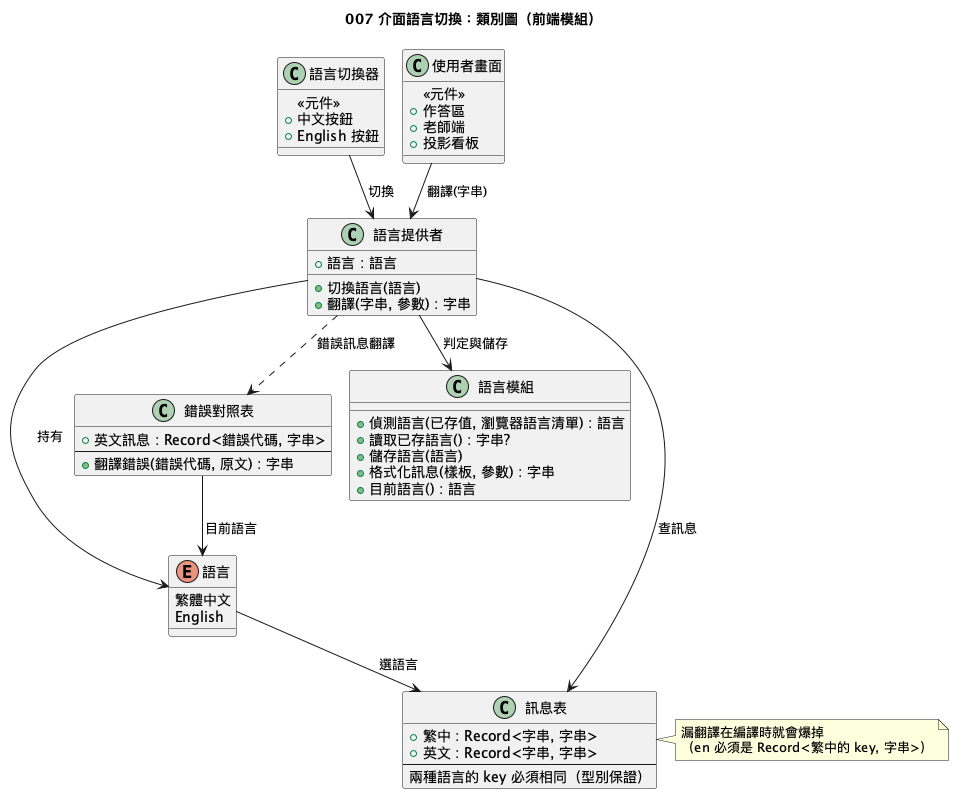
Earlier version of the PlantUML export diagrams/007-i18n-class.png (Danielweng0902/Answering-System_speckit).
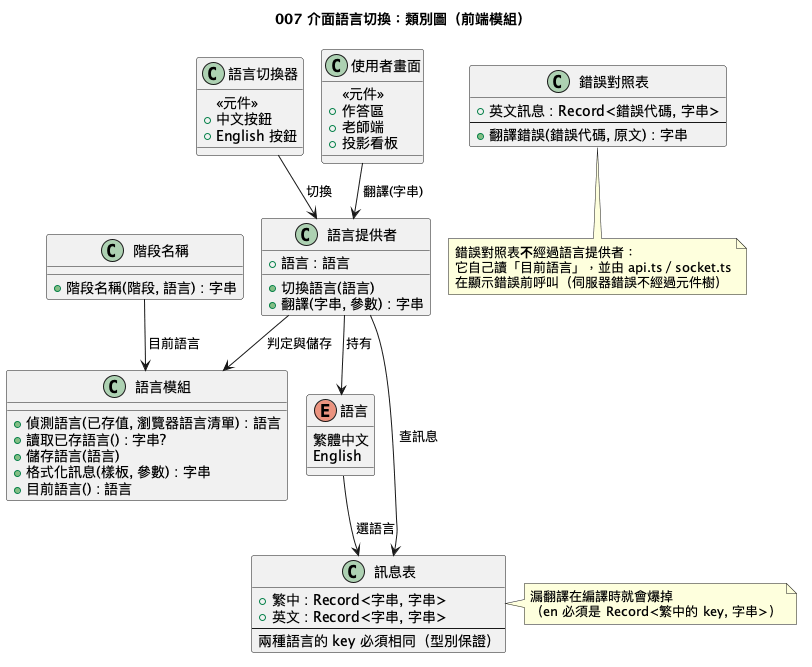
After the change.

Diff of the diagram source:
```diff
@@ -29,6 +29,10 @@
   +翻譯(字串, 參數) : 字串
 }
 
+class 階段名稱 {
+  +階段名稱(階段, 語言) : 字串
+}
+
 class 語言切換器 {
   <<元件>>
   +中文按鈕
@@ -54,8 +58,13 @@
 語言提供者 --> 語言模組 : 判定與儲存
 語言切換器 --> 語言提供者 : 切換
 使用者畫面 --> 語言提供者 : 翻譯(字串)
-語言提供者 ..> 錯誤對照表 : 錯誤訊息翻譯
-錯誤對照表 --> 語言 : 目前語言
+階段名稱 --> 語言模組 : 目前語言
+
+note bottom of 錯誤對照表
+  錯誤對照表**不**經過語言提供者：
+  它自己讀「目前語言」，並由 api.ts／socket.ts
+  在顯示錯誤前呼叫（伺服器錯誤不經過元件樹）
+end note
 
 note right of 訊息表
   漏翻譯在編譯時就會爆掉
```
